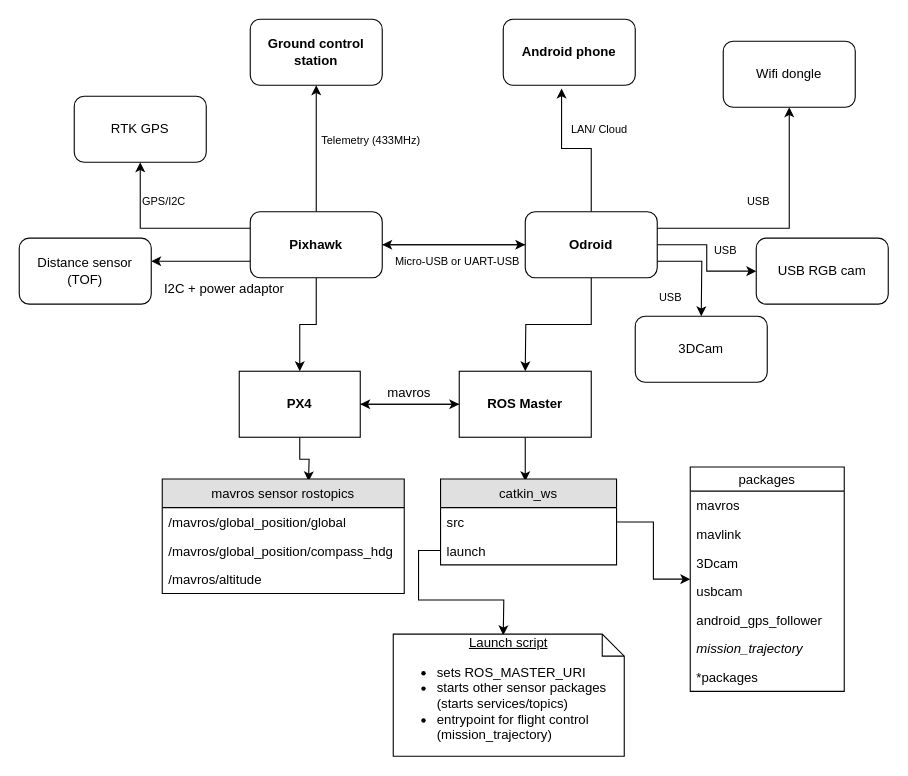
prasannawilliams/high-level-architecture keeps this draw.io diagram as Architecture.drawio. Above is the earlier version. Source tidied: cells renumbered, new cells numbered last; positions are measured from the earlier drawing's top-left corner, leaving out a move shared by most shapes. Both pictures are drawn from the tidied source at 110%, with x=0, y=0 at pixel (19, 19).
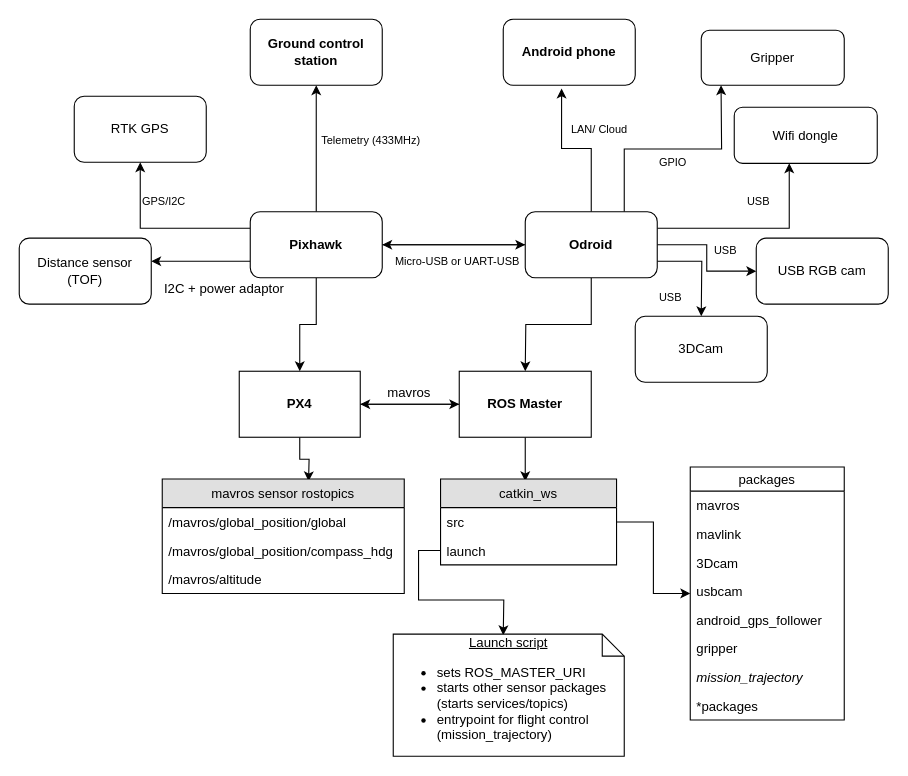
Above is the later version.

Unchanged cells that the change refers to:
```xml
<mxCell id="14" value="&lt;b&gt;Odroid&lt;/b&gt;" style="rounded=1;whiteSpace=wrap;html=1;" parent="1" vertex="1">
  <mxGeometry x="460" y="175" width="120" height="60" as="geometry" />
</mxCell>
```

What changed in the source:
```diff
@@
+    <mxCell id="55" style="edgeStyle=orthogonalEdgeStyle;rounded=0;jettySize=auto;html=1;exitX=0.75;exitY=0;exitDx=0;exitDy=0;" parent="1" edge="1" source="14">
+      <mxGeometry relative="1" as="geometry">
+        <mxPoint x="638" y="60" as="targetPoint" />
+      </mxGeometry>
+    </mxCell>
@@
     <mxCell id="17" value="Wifi dongle" style="rounded=1;whiteSpace=wrap;html=1;" parent="1" vertex="1">
-      <mxGeometry x="640" y="20" width="120" height="60" as="geometry" />
+      <mxGeometry x="650" y="80" width="130" height="51" as="geometry" />
     </mxCell>
@@
     <mxCell id="45" value="packages" style="swimlane;fontStyle=0;horizontal=1;startSize=22;fillColor=none;swimlaneFillColor=#ffffff;align=center;fontSize=12;" parent="1" vertex="1">
-      <mxGeometry x="610" y="407" width="140" height="204" as="geometry" />
+      <mxGeometry x="610" y="407" width="140" height="230" as="geometry" />
     </mxCell>
@@
+    <mxCell id="56" value="gripper" style="text;strokeColor=none;fillColor=none;spacingLeft=4;spacingRight=4;overflow=hidden;fontSize=12;" parent="45" vertex="1">
+      <mxGeometry y="152" width="140" height="26" as="geometry" />
+    </mxCell>
     <mxCell id="51" value="mission_trajectory" style="text;strokeColor=none;fillColor=none;spacingLeft=4;spacingRight=4;overflow=hidden;fontSize=12;fontStyle=2;" parent="45" vertex="1">
-      <mxGeometry y="152" width="140" height="26" as="geometry" />
+      <mxGeometry y="178" width="140" height="26" as="geometry" />
     </mxCell>
     <mxCell id="52" value="*packages" style="text;strokeColor=none;fillColor=none;spacingLeft=4;spacingRight=4;overflow=hidden;fontSize=12;" parent="45" vertex="1">
-      <mxGeometry y="178" width="140" height="26" as="geometry" />
+      <mxGeometry y="204" width="140" height="26" as="geometry" />
     </mxCell>
@@
+    <mxCell id="57" value="Gripper" style="rounded=1;whiteSpace=wrap;html=1;" parent="1" vertex="1">
+      <mxGeometry x="620" y="10" width="130" height="50" as="geometry" />
+    </mxCell>
+    <mxCell id="58" value="&lt;font style=&quot;font-size: 10px&quot;&gt;GPIO&lt;/font&gt;" style="text;html=1;align=left;verticalAlign=top;spacingTop=-4;" parent="1" vertex="1">
+      <mxGeometry x="580" y="120" width="40" height="20" as="geometry" />
+    </mxCell>
```
